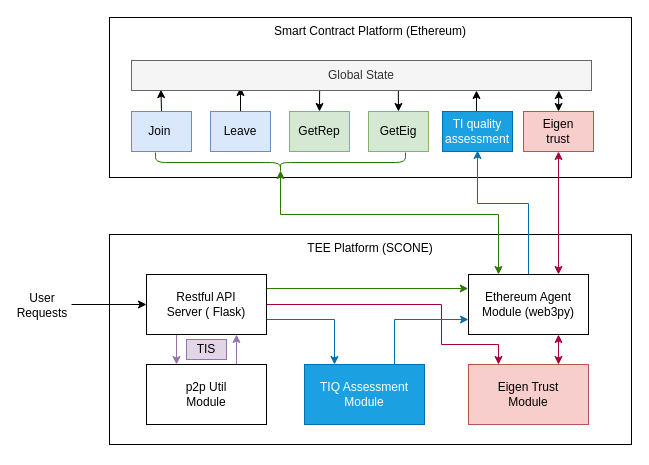
This is Titan Structure.drawio from Albert-W/Draw_io, a draw.io file, before an edit. Source tidied: cells renumbered, new cells numbered last; positions are measured from the earlier drawing's top-left corner, leaving out a move shared by most shapes. Both pictures are drawn from the tidied source at 100%, with x=0, y=0 at pixel (22, 17).
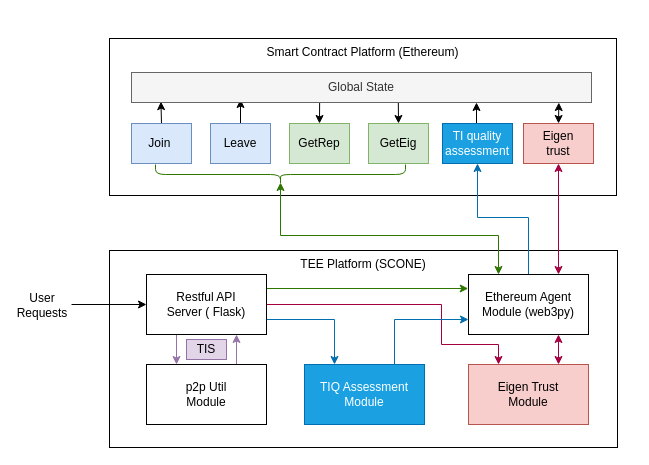
After the change.

Unchanged cells that the change refers to:
```xml
<mxCell id="30" value="Ethereum Agent&lt;br&gt;Module (web3py)&lt;br&gt;" style="rounded=0;whiteSpace=wrap;html=1;align=center;" parent="1" vertex="1">
  <mxGeometry x="446" y="257" width="120" height="60" as="geometry" />
</mxCell>
```

Diff of the diagram source:
```diff
@@
     <mxCell id="2" value="Smart Contract Platform (Ethereum)" style="rounded=0;whiteSpace=wrap;html=1;align=center;verticalAlign=top;" parent="1" vertex="1">
-      <mxGeometry x="87" width="522" height="160" as="geometry" />
+      <mxGeometry x="87" y="21" width="507" height="157" as="geometry" />
     </mxCell>
     <mxCell id="3" value="TEE Platform (SCONE)" style="rounded=0;whiteSpace=wrap;html=1;align=center;verticalAlign=top;" parent="1" vertex="1">
-      <mxGeometry x="87" y="217" width="522" height="210" as="geometry" />
+      <mxGeometry x="87" y="233" width="508" height="197" as="geometry" />
     </mxCell>
@@
     <mxCell id="5" value="Join&amp;nbsp;" style="rounded=0;whiteSpace=wrap;html=1;align=center;fillColor=#dae8fc;strokeColor=#6c8ebf;" parent="1" vertex="1">
-      <mxGeometry x="109" y="94" width="60" height="40" as="geometry" />
+      <mxGeometry x="109" y="106" width="60" height="40" as="geometry" />
     </mxCell>
@@
     <mxCell id="7" value="Leave" style="rounded=0;whiteSpace=wrap;html=1;align=center;fillColor=#dae8fc;strokeColor=#6c8ebf;" parent="1" vertex="1">
-      <mxGeometry x="188" y="94" width="60" height="40" as="geometry" />
+      <mxGeometry x="188" y="106" width="60" height="40" as="geometry" />
     </mxCell>
@@
     <mxCell id="9" value="GetRep" style="rounded=0;whiteSpace=wrap;html=1;align=center;fillColor=#d5e8d4;strokeColor=#82b366;" parent="1" vertex="1">
-      <mxGeometry x="267" y="94" width="60" height="40" as="geometry" />
+      <mxGeometry x="267" y="106" width="60" height="40" as="geometry" />
     </mxCell>
@@
     <mxCell id="11" value="GetEig" style="rounded=0;whiteSpace=wrap;html=1;align=center;fillColor=#d5e8d4;strokeColor=#82b366;" parent="1" vertex="1">
-      <mxGeometry x="346" y="94" width="60" height="40" as="geometry" />
+      <mxGeometry x="346" y="106" width="60" height="40" as="geometry" />
     </mxCell>
@@
     <mxCell id="13" value="TI quality assessment" style="rounded=0;whiteSpace=wrap;html=1;align=center;fillColor=#1ba1e2;strokeColor=#006EAF;fontColor=#ffffff;" parent="1" vertex="1">
-      <mxGeometry x="420" y="94" width="70" height="40" as="geometry" />
+      <mxGeometry x="420" y="106" width="70" height="40" as="geometry" />
     </mxCell>
@@
     <mxCell id="15" value="Eigen&lt;br&gt;trust" style="rounded=0;whiteSpace=wrap;html=1;align=center;fillColor=#f8cecc;strokeColor=#b85450;" parent="1" vertex="1">
-      <mxGeometry x="501" y="94" width="70" height="40" as="geometry" />
+      <mxGeometry x="501" y="106" width="70" height="40" as="geometry" />
     </mxCell>
@@
     <mxCell id="27" style="edgeStyle=orthogonalEdgeStyle;rounded=0;jettySize=auto;html=1;exitX=0.25;exitY=0;exitDx=0;exitDy=0;entryX=0.1;entryY=0.5;entryDx=0;entryDy=0;entryPerimeter=0;startArrow=classic;startFill=1;fillColor=#60a917;strokeColor=#2D7600;" parent="1" edge="1" source="30" target="34">
       <mxGeometry relative="1" as="geometry">
         <Array as="points">
-          <mxPoint x="476" y="197" />
-          <mxPoint x="258" y="197" />
+          <mxPoint x="476" y="218" />
+          <mxPoint x="258" y="218" />
         </Array>
       </mxGeometry>
     </mxCell>
-    <mxCell id="28" style="edgeStyle=orthogonalEdgeStyle;rounded=0;orthogonalLoop=1;jettySize=auto;html=1;exitX=0.5;exitY=0;exitDx=0;exitDy=0;entryX=0.5;entryY=1;entryDx=0;entryDy=0;startArrow=none;startFill=0;fillColor=#1ba1e2;strokeColor=#006EAF;" parent="1" edge="1">
+    <mxCell id="28" style="edgeStyle=orthogonalEdgeStyle;rounded=0;orthogonalLoop=1;jettySize=auto;html=1;exitX=0.5;exitY=0;exitDx=0;exitDy=0;startArrow=none;startFill=0;fillColor=#1ba1e2;strokeColor=#006EAF;" parent="1" edge="1">
       <mxGeometry relative="1" as="geometry">
         <mxPoint x="506" y="257" as="sourcePoint" />
-        <mxPoint x="455" y="133" as="targetPoint" />
+        <mxPoint x="455" y="146" as="targetPoint" />
         <Array as="points">
-          <mxPoint x="506" y="186" />
-          <mxPoint x="455" y="186" />
+          <mxPoint x="506" y="200" />
+          <mxPoint x="455" y="200" />
         </Array>
       </mxGeometry>
     </mxCell>
@@
     <mxCell id="34" style="shape=curlyBracket;whiteSpace=wrap;html=1;rounded=1;align=center;rotation=-90;fillColor=#60a917;strokeColor=#2D7600;fontColor=#ffffff;" parent="1" vertex="1">
-      <mxGeometry x="248" y="20" width="20" height="250" as="geometry" />
+      <mxGeometry x="248" y="32" width="20" height="250" as="geometry" />
     </mxCell>
     <mxCell id="35" value="Global State" style="rounded=0;whiteSpace=wrap;html=1;align=center;fillColor=#f5f5f5;strokeColor=#666666;fontColor=#333333;" parent="1" vertex="1">
-      <mxGeometry x="109" y="43" width="460" height="30" as="geometry" />
+      <mxGeometry x="109" y="55" width="460" height="30" as="geometry" />
     </mxCell>
```
